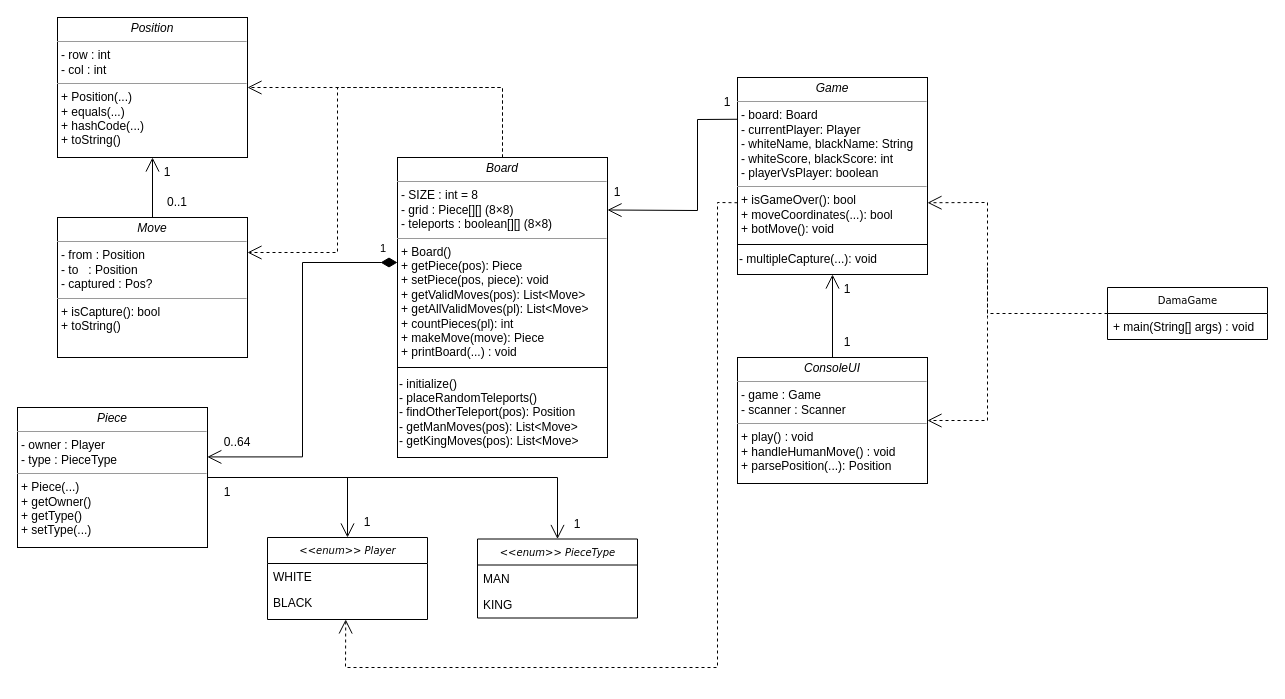
The draw.io diagram Dama/src/design/UML_diagram.drawio in ArthurynJoU/Dama, before the edit. Source tidied: cells renumbered, new cells numbered last; positions are measured from the earlier drawing's top-left corner, leaving out a move shared by most shapes. Both pictures are drawn from the tidied source at 100%, with x=0, y=0 at pixel (17, 17).
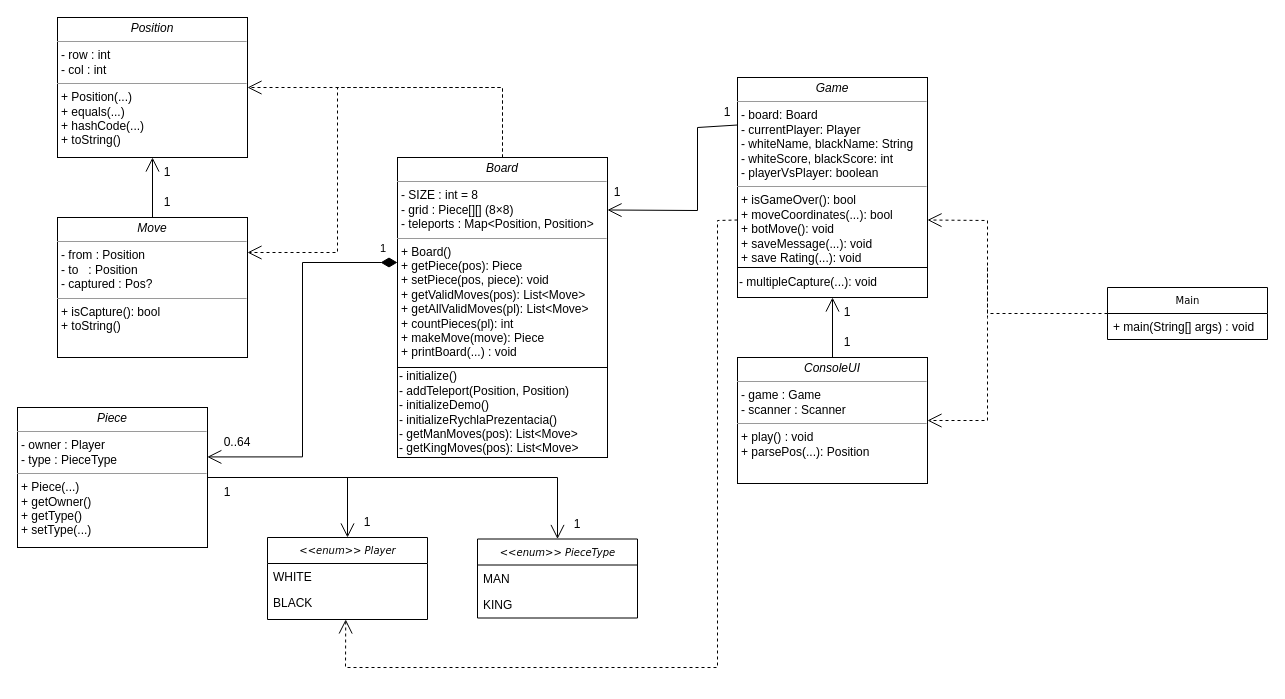
Above is the later version.

The change refers to these unchanged cells:
```xml
<mxCell id="9" value="BLACK" style="text;html=1;strokeColor=none;fillColor=none;align=left;verticalAlign=top;spacingLeft=4;spacingRight=4;whiteSpace=wrap;overflow=hidden;points=[[0,0.5],[1,0.5]];portConstraint=eastwest;" parent="7" vertex="1">
  <mxGeometry y="52" width="160" height="26" as="geometry" />
</mxCell>
```

Change to the diagram source:
```diff
@@
-    <mxCell id="2" value="DamaGame" style="swimlane;html=1;fontStyle=0;horizontal=1;startSize=26;fillColor=none;swimlaneFillColor=#ffffff;rounded=0;shadow=0;comic=0;labelBackgroundColor=none;strokeWidth=1;fontFamily=Verdana;fontSize=10;align=center;" parent="1" vertex="1">
+    <mxCell id="2" value="Main" style="swimlane;html=1;fontStyle=0;horizontal=1;startSize=26;fillColor=none;swimlaneFillColor=#ffffff;rounded=0;shadow=0;comic=0;labelBackgroundColor=none;strokeWidth=1;fontFamily=Verdana;fontSize=10;align=center;" parent="1" vertex="1">
       <mxGeometry x="1090" y="270" width="160" height="52" as="geometry" />
     </mxCell>
@@
-    <mxCell id="10" value="&lt;p style=&quot;margin:0px;margin-top:4px;text-align:center;&quot;&gt;&lt;i&gt;ConsoleUI&lt;/i&gt;&lt;/p&gt;&lt;hr size=&quot;1&quot;&gt;&lt;p style=&quot;margin:0px;margin-left:4px;&quot;&gt;- game : Game&amp;nbsp;&lt;br&gt;- scanner : Scanner&lt;/p&gt;&lt;hr size=&quot;1&quot;&gt;&lt;p style=&quot;margin:0px;margin-left:4px;&quot;&gt;+ play() : void&lt;br&gt;+ handleHumanMove() : void&lt;/p&gt;&lt;p style=&quot;margin:0px;margin-left:4px;&quot;&gt;+ parsePosition(...): Position&amp;nbsp;&lt;/p&gt;" style="verticalAlign=top;align=left;overflow=fill;fontSize=12;fontFamily=Helvetica;html=1;rounded=0;shadow=0;comic=0;labelBackgroundColor=none;strokeWidth=1;" parent="1" vertex="1">
+    <mxCell id="10" value="&lt;p style=&quot;margin:0px;margin-top:4px;text-align:center;&quot;&gt;&lt;i&gt;ConsoleUI&lt;/i&gt;&lt;/p&gt;&lt;hr size=&quot;1&quot;&gt;&lt;p style=&quot;margin:0px;margin-left:4px;&quot;&gt;- game : Game&amp;nbsp;&lt;br&gt;- scanner : Scanner&lt;/p&gt;&lt;hr size=&quot;1&quot;&gt;&lt;p style=&quot;margin:0px;margin-left:4px;&quot;&gt;+ play() : void&lt;br&gt;&lt;/p&gt;&lt;p style=&quot;margin:0px;margin-left:4px;&quot;&gt;+ parsePos(...): Position&amp;nbsp;&lt;/p&gt;" style="verticalAlign=top;align=left;overflow=fill;fontSize=12;fontFamily=Helvetica;html=1;rounded=0;shadow=0;comic=0;labelBackgroundColor=none;strokeWidth=1;" parent="1" vertex="1">
       <mxGeometry x="720" y="340" width="190" height="126" as="geometry" />
     </mxCell>
-    <mxCell id="11" value="&lt;p style=&quot;margin:0px;margin-top:4px;text-align:center;&quot;&gt;&lt;i&gt;Game&lt;/i&gt;&lt;/p&gt;&lt;hr size=&quot;1&quot;&gt;&lt;p style=&quot;margin:0px;margin-left:4px;&quot;&gt;- board: Board&lt;br&gt;- currentPlayer: Player&lt;/p&gt;&lt;p style=&quot;margin:0px;margin-left:4px;&quot;&gt;- whiteName, blackName: String&lt;/p&gt;&lt;p style=&quot;margin:0px;margin-left:4px;&quot;&gt;- whiteScore, blackScore: int&lt;/p&gt;&lt;p style=&quot;margin:0px;margin-left:4px;&quot;&gt;- playerVsPlayer: boolean&lt;/p&gt;&lt;hr size=&quot;1&quot;&gt;&lt;p style=&quot;margin:0px;margin-left:4px;&quot;&gt;+ isGameOver(): bool&lt;br&gt;+ moveCoordinates(...): bool&amp;nbsp;&lt;/p&gt;&lt;p style=&quot;margin:0px;margin-left:4px;&quot;&gt;+ botMove(): void&lt;/p&gt;" style="verticalAlign=top;align=left;overflow=fill;fontSize=12;fontFamily=Helvetica;html=1;rounded=0;shadow=0;comic=0;labelBackgroundColor=none;strokeWidth=1;" parent="1" vertex="1">
-      <mxGeometry x="720" y="60" width="190" height="167" as="geometry" />
+    <mxCell id="11" value="&lt;p style=&quot;margin:0px;margin-top:4px;text-align:center;&quot;&gt;&lt;i&gt;Game&lt;/i&gt;&lt;/p&gt;&lt;hr size=&quot;1&quot;&gt;&lt;p style=&quot;margin:0px;margin-left:4px;&quot;&gt;- board: Board&lt;br&gt;- currentPlayer: Player&lt;/p&gt;&lt;p style=&quot;margin:0px;margin-left:4px;&quot;&gt;- whiteName, blackName: String&lt;/p&gt;&lt;p style=&quot;margin:0px;margin-left:4px;&quot;&gt;- whiteScore, blackScore: int&lt;/p&gt;&lt;p style=&quot;margin:0px;margin-left:4px;&quot;&gt;- playerVsPlayer: boolean&lt;/p&gt;&lt;hr size=&quot;1&quot;&gt;&lt;p style=&quot;margin:0px;margin-left:4px;&quot;&gt;+ isGameOver(): bool&lt;br&gt;+ moveCoordinates(...): bool&amp;nbsp;&lt;/p&gt;&lt;p style=&quot;margin:0px;margin-left:4px;&quot;&gt;+ botMove(): void&lt;/p&gt;&lt;p style=&quot;margin:0px;margin-left:4px;&quot;&gt;+ saveMessage(...): void&lt;/p&gt;&lt;p style=&quot;margin:0px;margin-left:4px;&quot;&gt;+ save Rating(...): void&lt;/p&gt;" style="verticalAlign=top;align=left;overflow=fill;fontSize=12;fontFamily=Helvetica;html=1;rounded=0;shadow=0;comic=0;labelBackgroundColor=none;strokeWidth=1;" parent="1" vertex="1">
+      <mxGeometry x="720" y="60" width="190" height="190" as="geometry" />
     </mxCell>
-    <mxCell id="12" value="&lt;p style=&quot;margin:0px;margin-top:4px;text-align:center;&quot;&gt;&lt;i&gt;Board&lt;/i&gt;&lt;/p&gt;&lt;hr size=&quot;1&quot;&gt;&lt;p style=&quot;margin:0px;margin-left:4px;&quot;&gt;- SIZE : int = 8&amp;nbsp;&lt;/p&gt;&lt;p style=&quot;margin:0px;margin-left:4px;&quot;&gt;&lt;span style=&quot;background-color: transparent; color: light-dark(rgb(0, 0, 0), rgb(255, 255, 255));&quot;&gt;- grid : Piece[][] (8×8)&amp;nbsp; &amp;nbsp; &amp;nbsp; &amp;nbsp; &amp;nbsp; &amp;nbsp;&amp;nbsp;&lt;/span&gt;&lt;/p&gt;&lt;p style=&quot;margin:0px;margin-left:4px;&quot;&gt;- teleports : boolean[][] (8×8)&amp;nbsp;&lt;/p&gt;&lt;hr size=&quot;1&quot;&gt;&lt;p style=&quot;margin:0px;margin-left:4px;&quot;&gt;+ Board()&amp;nbsp; &amp;nbsp; &amp;nbsp; &amp;nbsp;&amp;nbsp;&lt;/p&gt;&lt;p style=&quot;margin:0px;margin-left:4px;&quot;&gt;+ getPiece(pos): Piece&amp;nbsp;&lt;/p&gt;&lt;p style=&quot;margin:0px;margin-left:4px;&quot;&gt;+ setPiece(pos, piece): void&amp;nbsp;&lt;/p&gt;&lt;p style=&quot;margin:0px;margin-left:4px;&quot;&gt;+ getValidMoves(pos): List&amp;lt;Move&amp;gt;&amp;nbsp;&lt;/p&gt;&lt;p style=&quot;margin:0px;margin-left:4px;&quot;&gt;+ getAllValidMoves(pl): List&amp;lt;Move&amp;gt;&lt;/p&gt;&lt;p style=&quot;margin:0px;margin-left:4px;&quot;&gt;&lt;span style=&quot;background-color: transparent; color: light-dark(rgb(0, 0, 0), rgb(255, 255, 255));&quot;&gt;+ countPieces(pl): int&amp;nbsp;&lt;/span&gt;&lt;/p&gt;&lt;p style=&quot;margin:0px;margin-left:4px;&quot;&gt;+ makeMove(move): Piece&amp;nbsp;&amp;nbsp;&lt;/p&gt;&lt;p style=&quot;margin:0px;margin-left:4px;&quot;&gt;+ printBoard(...) : void&amp;nbsp;&lt;/p&gt;" style="verticalAlign=top;align=left;overflow=fill;fontSize=12;fontFamily=Helvetica;html=1;rounded=0;shadow=0;comic=0;labelBackgroundColor=none;strokeWidth=1;" parent="1" vertex="1">
+    <mxCell id="12" value="&lt;p style=&quot;margin:0px;margin-top:4px;text-align:center;&quot;&gt;&lt;i&gt;Board&lt;/i&gt;&lt;/p&gt;&lt;hr size=&quot;1&quot;&gt;&lt;p style=&quot;margin:0px;margin-left:4px;&quot;&gt;- SIZE : int = 8&amp;nbsp;&lt;/p&gt;&lt;p style=&quot;margin:0px;margin-left:4px;&quot;&gt;&lt;span style=&quot;background-color: transparent; color: light-dark(rgb(0, 0, 0), rgb(255, 255, 255));&quot;&gt;- grid : Piece[][] (8×8)&amp;nbsp; &amp;nbsp; &amp;nbsp; &amp;nbsp; &amp;nbsp; &amp;nbsp;&amp;nbsp;&lt;/span&gt;&lt;/p&gt;&lt;p style=&quot;margin:0px;margin-left:4px;&quot;&gt;- teleports : Map&amp;lt;Position, Position&amp;gt;&amp;nbsp;&lt;/p&gt;&lt;hr size=&quot;1&quot;&gt;&lt;p style=&quot;margin:0px;margin-left:4px;&quot;&gt;+ Board()&amp;nbsp; &amp;nbsp; &amp;nbsp; &amp;nbsp;&amp;nbsp;&lt;/p&gt;&lt;p style=&quot;margin:0px;margin-left:4px;&quot;&gt;+ getPiece(pos): Piece&amp;nbsp;&lt;/p&gt;&lt;p style=&quot;margin:0px;margin-left:4px;&quot;&gt;+ setPiece(pos, piece): void&amp;nbsp;&lt;/p&gt;&lt;p style=&quot;margin:0px;margin-left:4px;&quot;&gt;+ getValidMoves(pos): List&amp;lt;Move&amp;gt;&amp;nbsp;&lt;/p&gt;&lt;p style=&quot;margin:0px;margin-left:4px;&quot;&gt;+ getAllValidMoves(pl): List&amp;lt;Move&amp;gt;&lt;/p&gt;&lt;p style=&quot;margin:0px;margin-left:4px;&quot;&gt;&lt;span style=&quot;background-color: transparent; color: light-dark(rgb(0, 0, 0), rgb(255, 255, 255));&quot;&gt;+ countPieces(pl): int&amp;nbsp;&lt;/span&gt;&lt;/p&gt;&lt;p style=&quot;margin:0px;margin-left:4px;&quot;&gt;+ makeMove(move): Piece&amp;nbsp;&amp;nbsp;&lt;/p&gt;&lt;p style=&quot;margin:0px;margin-left:4px;&quot;&gt;+ printBoard(...) : void&amp;nbsp;&lt;/p&gt;" style="verticalAlign=top;align=left;overflow=fill;fontSize=12;fontFamily=Helvetica;html=1;rounded=0;shadow=0;comic=0;labelBackgroundColor=none;strokeWidth=1;" parent="1" vertex="1">
       <mxGeometry x="380" y="140" width="210" height="210" as="geometry" />
     </mxCell>
@@
-    <mxCell id="16" value="- initialize()&lt;div&gt;- placeRandomTeleports()&lt;/div&gt;&lt;div&gt;- findOtherTeleport(pos): Position&lt;/div&gt;&lt;div&gt;- getManMoves(pos): List&amp;lt;Move&amp;gt;&lt;/div&gt;&lt;div&gt;- getKingMoves(pos): List&amp;lt;Move&amp;gt;&lt;/div&gt;" style="rounded=0;whiteSpace=wrap;html=1;align=left;" parent="1" vertex="1">
+    <mxCell id="16" value="- initialize()&lt;div&gt;- addTeleport(Position, Position)&lt;/div&gt;&lt;div&gt;- initializeDemo()&lt;/div&gt;&lt;div&gt;- initializeRychlaPrezentacia()&lt;/div&gt;&lt;div&gt;- getManMoves(pos): List&amp;lt;Move&amp;gt;&lt;/div&gt;&lt;div&gt;- getKingMoves(pos): List&amp;lt;Move&amp;gt;&lt;/div&gt;" style="rounded=0;whiteSpace=wrap;html=1;align=left;" parent="1" vertex="1">
       <mxGeometry x="380" y="350" width="210" height="90" as="geometry" />
     </mxCell>
     <mxCell id="17" value="- multipleCapture(...): void&amp;nbsp;&amp;nbsp;" style="rounded=0;whiteSpace=wrap;html=1;align=left;" parent="1" vertex="1">
-      <mxGeometry x="720" y="227" width="190" height="30" as="geometry" />
+      <mxGeometry x="720" y="250" width="190" height="30" as="geometry" />
     </mxCell>
@@
     <mxCell id="20" style="endArrow=open;endFill=1;endSize=12;html=1;rounded=0;exitX=0;exitY=0.25;exitDx=0;exitDy=0;entryX=1;entryY=0.25;entryDx=0;entryDy=0;" parent="1" edge="1" source="11" target="12">
       <mxGeometry relative="1" as="geometry">
         <Array as="points">
-          <mxPoint x="680" y="102" />
+          <mxPoint x="680" y="110" />
           <mxPoint x="680" y="193" />
         </Array>
       </mxGeometry>
     </mxCell>
@@
     <mxCell id="22" value="1" style="text;html=1;align=center;verticalAlign=middle;whiteSpace=wrap;rounded=0;" parent="1" vertex="1">
-      <mxGeometry x="680" y="70" width="60" height="30" as="geometry" />
+      <mxGeometry x="680" y="80" width="60" height="30" as="geometry" />
     </mxCell>
@@
     <mxCell id="24" value="1" style="text;html=1;align=center;verticalAlign=middle;whiteSpace=wrap;rounded=0;" parent="1" vertex="1">
-      <mxGeometry x="800" y="257" width="60" height="30" as="geometry" />
+      <mxGeometry x="800" y="280" width="60" height="30" as="geometry" />
     </mxCell>
@@
-    <mxCell id="27" value="0..1" style="text;html=1;align=center;verticalAlign=middle;whiteSpace=wrap;rounded=0;" parent="1" vertex="1">
-      <mxGeometry x="130" y="170" width="60" height="30" as="geometry" />
+    <mxCell id="27" value="1" style="text;html=1;align=center;verticalAlign=middle;whiteSpace=wrap;rounded=0;" parent="1" vertex="1">
+      <mxGeometry x="120" y="170" width="60" height="30" as="geometry" />
     </mxCell>
@@
     <mxCell id="36" style="endArrow=open;endSize=12;dashed=1;html=1;rounded=0;exitX=0;exitY=0.75;exitDx=0;exitDy=0;entryX=0.489;entryY=1.152;entryDx=0;entryDy=0;entryPerimeter=0;" parent="1" edge="1" source="11" target="9">
       <mxGeometry relative="1" as="geometry">
         <Array as="points">
-          <mxPoint x="700" y="185" />
+          <mxPoint x="700" y="203" />
           <mxPoint x="700" y="650" />
           <mxPoint x="328" y="650" />
         </Array>
       </mxGeometry>
     </mxCell>
     <mxCell id="37" style="endArrow=open;endSize=12;dashed=1;html=1;rounded=0;exitX=0;exitY=0.5;exitDx=0;exitDy=0;entryX=1;entryY=0.75;entryDx=0;entryDy=0;" parent="1" edge="1" source="2" target="11">
       <mxGeometry relative="1" as="geometry">
         <Array as="points">
           <mxPoint x="970" y="296" />
-          <mxPoint x="970" y="185" />
+          <mxPoint x="970" y="203" />
         </Array>
       </mxGeometry>
     </mxCell>
```
